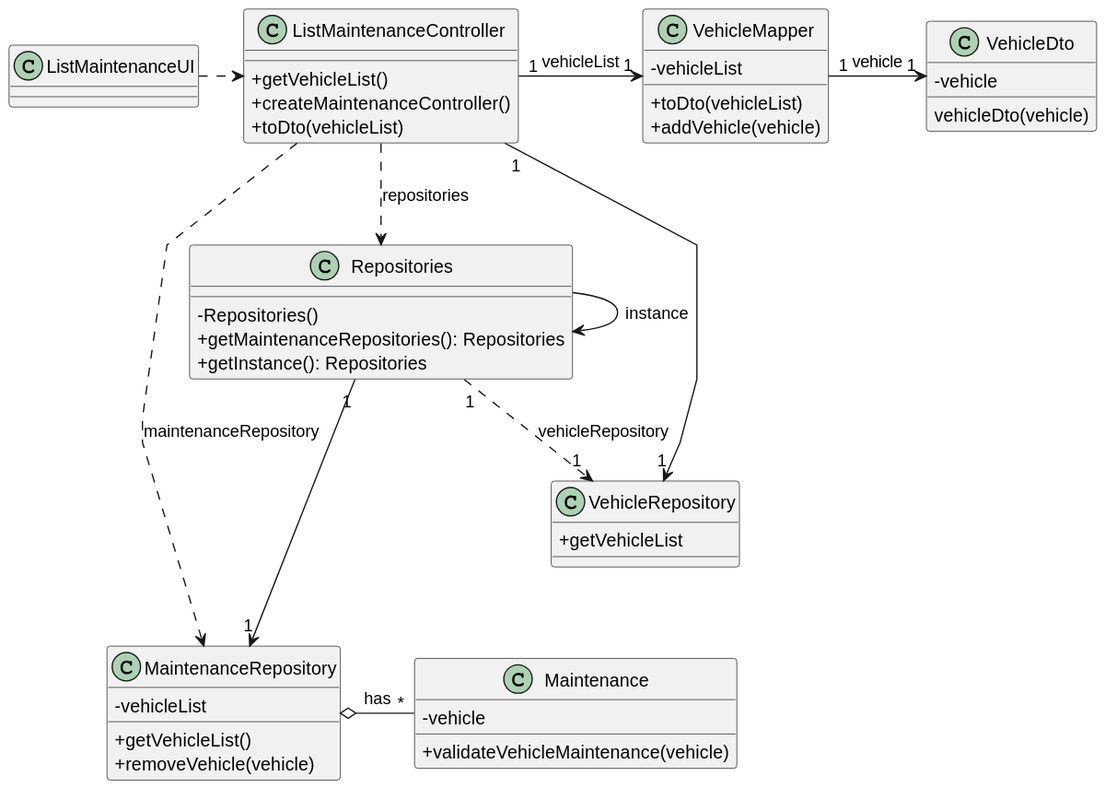
Before: docs/sprintC/us008/03.design/svg/us008-class-diagram.svg, a diagram exported from PlantUML (diogoveirospro/lei-24-s2-1dg-g072).
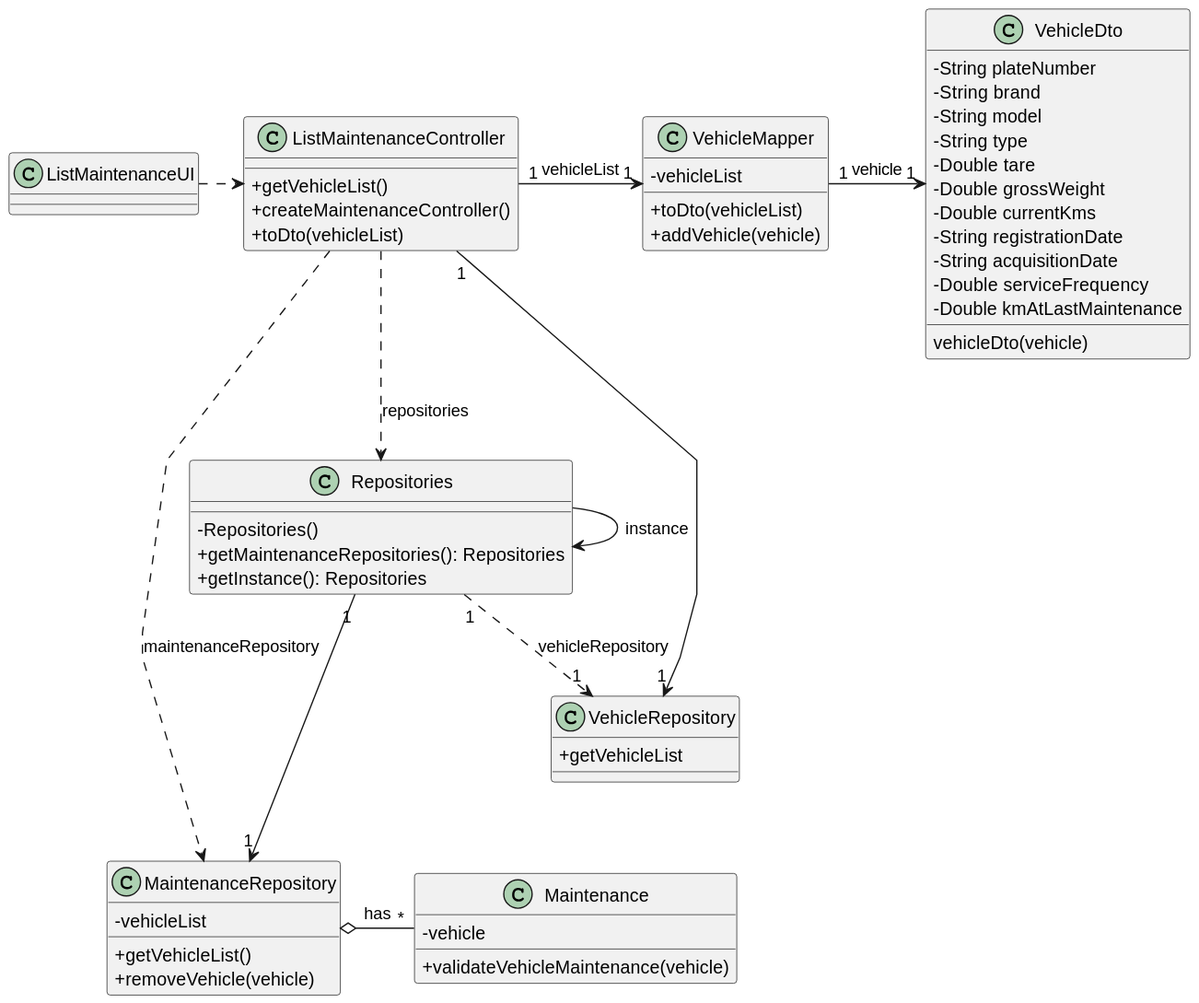
Later version of the same file.

Diff of the diagram source:
```diff
@@ -15,7 +15,17 @@
     + addVehicle(vehicle)
 }
 class VehicleDto{
-    - vehicle
+    - String plateNumber
+    - String brand
+    - String model
+    - String type
+    - Double tare
+    - Double grossWeight
+    - Double currentKms
+    - String registrationDate
+    - String acquisitionDate
+    - Double serviceFrequency
+    - Double kmAtLastMaintenance
     vehicleDto(vehicle)
 }
 class ListMaintenanceController{
```
